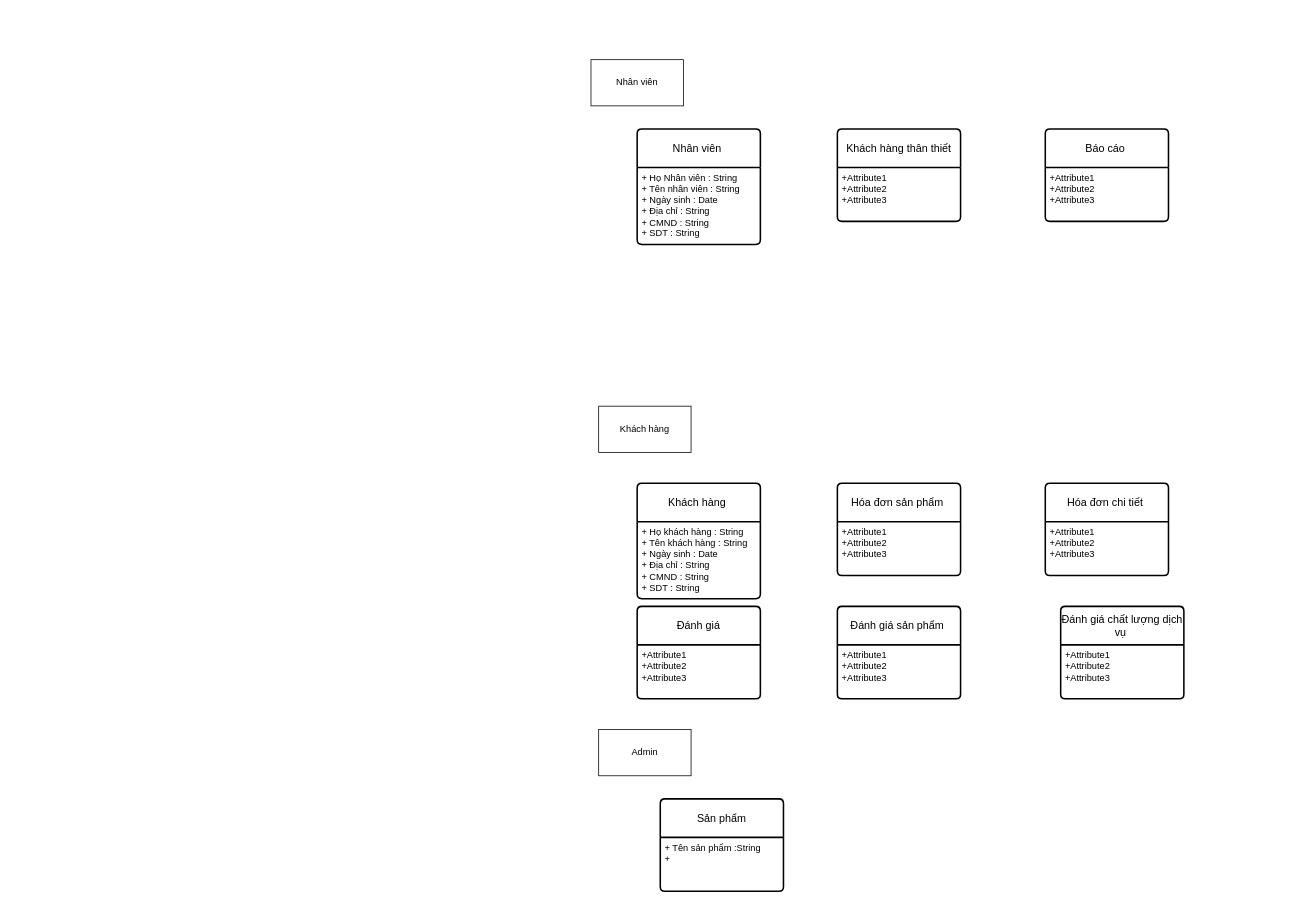
khai520/DuAnNhom keeps this draw.io diagram as page "ERD" (7 of 7) of DuAnNhom.drawio. Above is the earlier version. Source tidied: cells renumbered, new cells numbered last; positions are measured from the earlier drawing's top-left corner, leaving out a move shared by most shapes. Both pictures are drawn from the tidied source at 77%, with x=0, y=0 at pixel (591, 59).
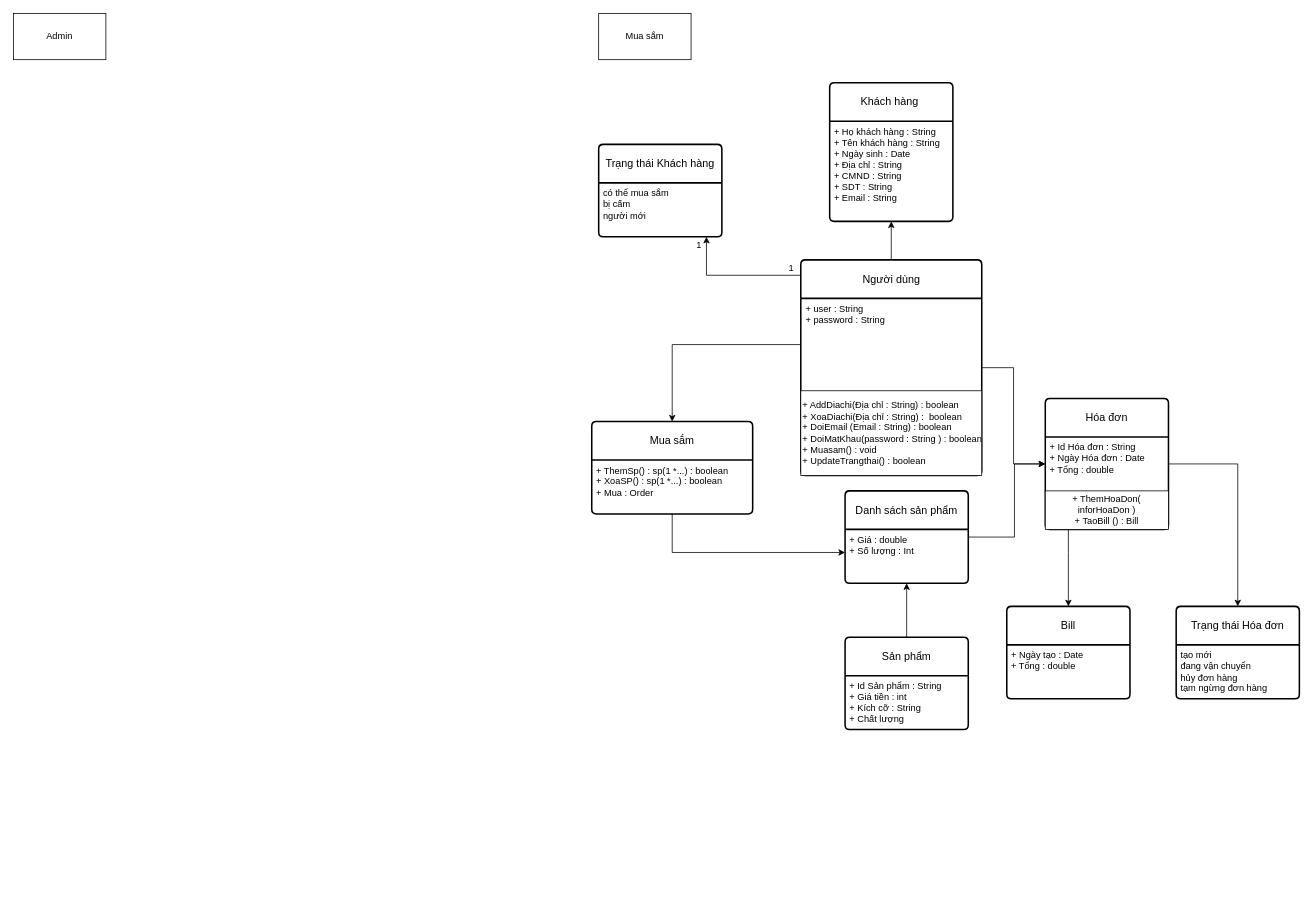
The same page after the edit.

Change to the diagram source:
```diff
@@
-    <mxCell id="2" value="Nhân viên&amp;nbsp;" style="swimlane;horizontal=1;startSize=50;rounded=1;fontSize=14;fontStyle=0;strokeWidth=2;shadow=0;dashed=0;align=center;arcSize=4;whiteSpace=wrap;html=1;" parent="1" vertex="1">
-      <mxGeometry x="60" y="90" width="160" height="150" as="geometry" />
-    </mxCell>
-    <mxCell id="3" value="+ Họ Nhân viên : String&lt;br&gt;+ Tên nhân viên : String&lt;br&gt;+ Ngày sinh : Date&lt;br&gt;+ Địa chỉ : String&lt;br&gt;+ CMND : String&lt;br&gt;+ SDT : String" style="align=left;strokeColor=none;fillColor=none;spacingLeft=4;fontSize=12;verticalAlign=top;html=1;" parent="2" vertex="1">
-      <mxGeometry y="50" width="160" height="100" as="geometry" />
-    </mxCell>
-    <mxCell id="4" value="Khách hàng thân thiết" style="swimlane;horizontal=1;startSize=50;rounded=1;fontSize=14;fontStyle=0;strokeWidth=2;shadow=0;dashed=0;align=center;arcSize=4;whiteSpace=wrap;html=1;" parent="1" vertex="1">
-      <mxGeometry x="320" y="90" width="160" height="120" as="geometry" />
-    </mxCell>
-    <mxCell id="5" value="+Attribute1&#10;+Attribute2&#10;+Attribute3" style="align=left;strokeColor=none;fillColor=none;spacingLeft=4;fontSize=12;verticalAlign=top;html=1;" parent="4" vertex="1">
-      <mxGeometry y="50" width="160" height="70" as="geometry" />
-    </mxCell>
-    <mxCell id="6" value="Báo cáo&amp;nbsp;" style="swimlane;horizontal=1;startSize=50;rounded=1;fontSize=14;fontStyle=0;strokeWidth=2;shadow=0;dashed=0;align=center;arcSize=4;whiteSpace=wrap;html=1;" parent="1" vertex="1">
-      <mxGeometry x="590" y="90" width="160" height="120" as="geometry" />
-    </mxCell>
-    <mxCell id="7" value="+Attribute1&#10;+Attribute2&#10;+Attribute3" style="align=left;strokeColor=none;fillColor=none;spacingLeft=4;fontSize=12;verticalAlign=top;html=1;" parent="6" vertex="1">
-      <mxGeometry y="50" width="160" height="70" as="geometry" />
-    </mxCell>
+    <mxCell id="25" style="edgeStyle=orthogonalEdgeStyle;rounded=0;jettySize=auto;html=1;fontFamily=Helvetica;fontSize=12;fontColor=default;" parent="1" edge="1" source="8" target="14">
+      <mxGeometry relative="1" as="geometry">
+        <Array as="points">
+          <mxPoint x="550" y="620" />
+          <mxPoint x="550" y="525" />
+        </Array>
+      </mxGeometry>
+    </mxCell>
-    <mxCell id="8" value="Sản phẩm" style="swimlane;horizontal=1;startSize=50;rounded=1;fontSize=14;fontStyle=0;strokeWidth=2;shadow=0;dashed=0;align=center;arcSize=4;whiteSpace=wrap;html=1;" parent="1" vertex="1">
-      <mxGeometry x="90" y="960" width="160" height="120" as="geometry" />
+    <mxCell id="8" value="Danh sách sản phẩm" style="swimlane;horizontal=1;startSize=50;rounded=1;fontSize=14;fontStyle=0;strokeWidth=2;shadow=0;dashed=0;align=center;arcSize=4;whiteSpace=wrap;html=1;" parent="1" vertex="1">
+      <mxGeometry x="330" y="560" width="160" height="120" as="geometry" />
     </mxCell>
-    <mxCell id="9" value="+ Tên sản phẩm :String&lt;br&gt;+&amp;nbsp;" style="align=left;strokeColor=none;fillColor=none;spacingLeft=4;fontSize=12;verticalAlign=top;html=1;" parent="8" vertex="1">
+    <mxCell id="9" value="+ Giá : double&lt;br&gt;+ Số lượng : Int" style="align=left;strokeColor=none;fillColor=none;spacingLeft=4;fontSize=12;verticalAlign=top;html=1;" parent="8" vertex="1">
       <mxGeometry y="50" width="160" height="70" as="geometry" />
     </mxCell>
     <mxCell id="10" value="Khách hàng&amp;nbsp;" style="swimlane;horizontal=1;startSize=50;rounded=1;fontSize=14;fontStyle=0;strokeWidth=2;shadow=0;dashed=0;align=center;arcSize=4;whiteSpace=wrap;html=1;" parent="1" vertex="1">
-      <mxGeometry x="60" y="550" width="160" height="150" as="geometry" />
+      <mxGeometry x="310" y="30" width="160" height="180" as="geometry" />
     </mxCell>
-    <mxCell id="11" value="+ Họ khách hàng : String&lt;br style=&quot;border-color: var(--border-color);&quot;&gt;+ Tên khách hàng : String&lt;br style=&quot;border-color: var(--border-color);&quot;&gt;+ Ngày sinh : Date&lt;br style=&quot;border-color: var(--border-color);&quot;&gt;+ Địa chỉ : String&lt;br style=&quot;border-color: var(--border-color);&quot;&gt;+ CMND : String&lt;br style=&quot;border-color: var(--border-color);&quot;&gt;+ SDT : String" style="align=left;strokeColor=none;fillColor=none;spacingLeft=4;fontSize=12;verticalAlign=top;html=1;" parent="10" vertex="1">
-      <mxGeometry y="50" width="160" height="100" as="geometry" />
+    <mxCell id="11" value="+ Họ khách hàng : String&lt;br style=&quot;border-color: var(--border-color);&quot;&gt;+ Tên khách hàng : String&lt;br style=&quot;border-color: var(--border-color);&quot;&gt;+ Ngày sinh : Date&lt;br&gt;+ Địa chỉ : String&lt;br style=&quot;border-color: var(--border-color);&quot;&gt;+ CMND : String&lt;br style=&quot;border-color: var(--border-color);&quot;&gt;+ SDT : String&lt;br&gt;+ Email : String" style="align=left;strokeColor=none;fillColor=none;spacingLeft=4;fontSize=12;verticalAlign=top;html=1;" parent="10" vertex="1">
+      <mxGeometry y="50" width="160" height="130" as="geometry" />
     </mxCell>
-    <mxCell id="12" value="Hóa đơn sản phẩm&amp;nbsp;" style="swimlane;horizontal=1;startSize=50;rounded=1;fontSize=14;fontStyle=0;strokeWidth=2;shadow=0;dashed=0;align=center;arcSize=4;whiteSpace=wrap;html=1;" parent="1" vertex="1">
-      <mxGeometry x="320" y="550" width="160" height="120" as="geometry" />
+    <mxCell id="12" value="Trạng thái Hóa đơn" style="swimlane;horizontal=1;startSize=50;rounded=1;fontSize=14;fontStyle=0;strokeWidth=2;shadow=0;dashed=0;align=center;arcSize=4;whiteSpace=wrap;html=1;" parent="1" vertex="1">
+      <mxGeometry x="760" y="710" width="160" height="120" as="geometry" />
     </mxCell>
-    <mxCell id="13" value="+Attribute1&#10;+Attribute2&#10;+Attribute3" style="align=left;strokeColor=none;fillColor=none;spacingLeft=4;fontSize=12;verticalAlign=top;html=1;" parent="12" vertex="1">
+    <mxCell id="13" value="tạo mới&lt;br&gt;đang vận chuyển&lt;br&gt;hủy đơn hàng&lt;br&gt;tạm ngừng đơn hàng" style="align=left;strokeColor=none;fillColor=none;spacingLeft=4;fontSize=12;verticalAlign=top;html=1;" parent="12" vertex="1">
       <mxGeometry y="50" width="160" height="70" as="geometry" />
     </mxCell>
+    <mxCell id="26" style="edgeStyle=orthogonalEdgeStyle;rounded=0;jettySize=auto;html=1;fontFamily=Helvetica;fontSize=12;fontColor=default;" parent="1" edge="1" source="14" target="22">
+      <mxGeometry relative="1" as="geometry">
+        <Array as="points">
+          <mxPoint x="620" y="640" />
+          <mxPoint x="620" y="640" />
+        </Array>
+      </mxGeometry>
+    </mxCell>
+    <mxCell id="27" style="edgeStyle=orthogonalEdgeStyle;rounded=0;jettySize=auto;html=1;fontFamily=Helvetica;fontSize=12;fontColor=default;" parent="1" edge="1" source="14" target="12">
+      <mxGeometry relative="1" as="geometry" />
+    </mxCell>
-    <mxCell id="14" value="Hóa đơn chi tiết&amp;nbsp;" style="swimlane;horizontal=1;startSize=50;rounded=1;fontSize=14;fontStyle=0;strokeWidth=2;shadow=0;dashed=0;align=center;arcSize=4;whiteSpace=wrap;html=1;" parent="1" vertex="1">
-      <mxGeometry x="590" y="550" width="160" height="120" as="geometry" />
+    <mxCell id="14" value="Hóa đơn" style="swimlane;horizontal=1;startSize=50;rounded=1;fontSize=14;fontStyle=0;strokeWidth=2;shadow=0;dashed=0;align=center;arcSize=4;whiteSpace=wrap;html=1;" parent="1" vertex="1">
+      <mxGeometry x="590" y="440" width="160" height="170" as="geometry" />
     </mxCell>
-    <mxCell id="15" value="+Attribute1&#10;+Attribute2&#10;+Attribute3" style="align=left;strokeColor=none;fillColor=none;spacingLeft=4;fontSize=12;verticalAlign=top;html=1;" parent="14" vertex="1">
+    <mxCell id="15" value="+ Id Hóa đơn : String&lt;br&gt;+ Ngày Hóa đơn : Date&lt;br&gt;+ Tổng : double" style="align=left;strokeColor=none;fillColor=none;spacingLeft=4;fontSize=12;verticalAlign=top;html=1;" parent="14" vertex="1">
       <mxGeometry y="50" width="160" height="70" as="geometry" />
     </mxCell>
-    <mxCell id="16" value="Nhân viên" style="rounded=0;whiteSpace=wrap;html=1;" parent="1" vertex="1">
-      <mxGeometry width="120" height="60" as="geometry" />
-    </mxCell>
+    <mxCell id="28" value="+ ThemHoaDon( inforHoaDon )&lt;br&gt;+ TaoBill () : Bill" style="whiteSpace=wrap;html=1;align=center;strokeColor=default;verticalAlign=middle;fontFamily=Helvetica;fontSize=12;fontColor=default;fillColor=default;" parent="14" vertex="1">
+      <mxGeometry y="120" width="160" height="50" as="geometry" />
+    </mxCell>
-    <mxCell id="17" value="Khách hàng" style="rounded=0;whiteSpace=wrap;html=1;" parent="1" vertex="1">
-      <mxGeometry x="10" y="450" width="120" height="60" as="geometry" />
+    <mxCell id="17" value="Mua sắm" style="rounded=0;whiteSpace=wrap;html=1;" parent="1" vertex="1">
+      <mxGeometry x="10" y="-60" width="120" height="60" as="geometry" />
     </mxCell>
-    <mxCell id="18" value="Đánh giá" style="swimlane;horizontal=1;startSize=50;rounded=1;fontSize=14;fontStyle=0;strokeWidth=2;shadow=0;dashed=0;align=center;arcSize=4;whiteSpace=wrap;html=1;" parent="1" vertex="1">
-      <mxGeometry x="60" y="710" width="160" height="120" as="geometry" />
-    </mxCell>
-    <mxCell id="19" value="+Attribute1&#10;+Attribute2&#10;+Attribute3" style="align=left;strokeColor=none;fillColor=none;spacingLeft=4;fontSize=12;verticalAlign=top;html=1;" parent="18" vertex="1">
-      <mxGeometry y="50" width="160" height="70" as="geometry" />
-    </mxCell>
+    <mxCell id="29" style="edgeStyle=orthogonalEdgeStyle;rounded=0;jettySize=auto;html=1;fontFamily=Helvetica;fontSize=12;fontColor=default;" parent="1" edge="1" source="20" target="8">
+      <mxGeometry relative="1" as="geometry" />
+    </mxCell>
-    <mxCell id="20" value="Đánh giá sản phẩm&amp;nbsp;" style="swimlane;horizontal=1;startSize=50;rounded=1;fontSize=14;fontStyle=0;strokeWidth=2;shadow=0;dashed=0;align=center;arcSize=4;whiteSpace=wrap;html=1;" parent="1" vertex="1">
-      <mxGeometry x="320" y="710" width="160" height="120" as="geometry" />
+    <mxCell id="20" value="Sản phẩm" style="swimlane;horizontal=1;startSize=50;rounded=1;fontSize=14;fontStyle=0;strokeWidth=2;shadow=0;dashed=0;align=center;arcSize=4;whiteSpace=wrap;html=1;" parent="1" vertex="1">
+      <mxGeometry x="330" y="750" width="160" height="120" as="geometry" />
     </mxCell>
-    <mxCell id="21" value="+Attribute1&#10;+Attribute2&#10;+Attribute3" style="align=left;strokeColor=none;fillColor=none;spacingLeft=4;fontSize=12;verticalAlign=top;html=1;" parent="20" vertex="1">
+    <mxCell id="21" value="+ Id Sản phẩm : String&lt;br&gt;+ Giá tiền : int&lt;br&gt;+ Kích cỡ : String&lt;br&gt;+ Chất lượng" style="align=left;strokeColor=none;fillColor=none;spacingLeft=4;fontSize=12;verticalAlign=top;html=1;" parent="20" vertex="1">
       <mxGeometry y="50" width="160" height="70" as="geometry" />
     </mxCell>
-    <mxCell id="22" value="Đánh giá chất lượng dịch vụ&amp;nbsp;" style="swimlane;horizontal=1;startSize=50;rounded=1;fontSize=14;fontStyle=0;strokeWidth=2;shadow=0;dashed=0;align=center;arcSize=4;whiteSpace=wrap;html=1;" parent="1" vertex="1">
-      <mxGeometry x="610" y="710" width="160" height="120" as="geometry" />
+    <mxCell id="22" value="Bill" style="swimlane;horizontal=1;startSize=50;rounded=1;fontSize=14;fontStyle=0;strokeWidth=2;shadow=0;dashed=0;align=center;arcSize=4;whiteSpace=wrap;html=1;" parent="1" vertex="1">
+      <mxGeometry x="540" y="710" width="160" height="120" as="geometry" />
     </mxCell>
-    <mxCell id="23" value="+Attribute1&#10;+Attribute2&#10;+Attribute3" style="align=left;strokeColor=none;fillColor=none;spacingLeft=4;fontSize=12;verticalAlign=top;html=1;" parent="22" vertex="1">
+    <mxCell id="23" value="+ Ngày tạo : Date&lt;br&gt;+ Tổng : double" style="align=left;strokeColor=none;fillColor=none;spacingLeft=4;fontSize=12;verticalAlign=top;html=1;" parent="22" vertex="1">
       <mxGeometry y="50" width="160" height="70" as="geometry" />
     </mxCell>
     <mxCell id="24" value="Admin" style="rounded=0;whiteSpace=wrap;html=1;" parent="1" vertex="1">
-      <mxGeometry x="10" y="870" width="120" height="60" as="geometry" />
+      <mxGeometry x="-750" y="-60" width="120" height="60" as="geometry" />
     </mxCell>
+    <mxCell id="30" style="edgeStyle=orthogonalEdgeStyle;rounded=0;jettySize=auto;html=1;fontFamily=Helvetica;fontSize=12;fontColor=default;" parent="1" edge="1" source="35" target="11">
+      <mxGeometry relative="1" as="geometry" />
+    </mxCell>
+    <mxCell id="31" style="edgeStyle=orthogonalEdgeStyle;rounded=0;jettySize=auto;html=1;fontFamily=Helvetica;fontSize=12;fontColor=default;" parent="1" edge="1" source="35" target="14">
+      <mxGeometry relative="1" as="geometry" />
+    </mxCell>
+    <mxCell id="32" style="edgeStyle=orthogonalEdgeStyle;rounded=0;jettySize=auto;html=1;fontFamily=Helvetica;fontSize=12;fontColor=default;" parent="1" edge="1" source="35" target="42">
+      <mxGeometry relative="1" as="geometry">
+        <Array as="points">
+          <mxPoint x="150" y="280" />
+        </Array>
+      </mxGeometry>
+    </mxCell>
+    <mxCell id="33" value="1" style="edgeLabel;html=1;align=center;verticalAlign=middle;fontSize=12;fontFamily=Helvetica;fontColor=default;" parent="32" vertex="1">
+      <mxGeometry x="0.33" y="-4" relative="1" as="geometry">
+        <mxPoint x="-18" y="-36" as="offset" />
+      </mxGeometry>
+    </mxCell>
+    <mxCell id="34" value="1" style="edgeLabel;html=1;align=center;verticalAlign=middle;fontSize=12;fontFamily=Helvetica;fontColor=default;" parent="32" vertex="1">
+      <mxGeometry x="-0.82" y="-3" relative="1" as="geometry">
+        <mxPoint x="3" y="-7" as="offset" />
+      </mxGeometry>
+    </mxCell>
+    <mxCell id="35" value="Người dùng" style="swimlane;horizontal=1;startSize=50;rounded=1;fontSize=14;fontStyle=0;strokeWidth=2;shadow=0;dashed=0;align=center;arcSize=4;whiteSpace=wrap;html=1;" parent="1" vertex="1">
+      <mxGeometry x="272.5" y="260" width="235" height="280" as="geometry" />
+    </mxCell>
+    <mxCell id="36" value="+ user : String&lt;br&gt;+ password : String" style="align=left;strokeColor=none;fillColor=none;spacingLeft=4;fontSize=12;verticalAlign=top;html=1;" parent="35" vertex="1">
+      <mxGeometry y="50" width="235" height="120" as="geometry" />
+    </mxCell>
+    <mxCell id="37" value="+ AddDiachi(Địa chỉ : String) : boolean&lt;br&gt;+ XoaDiachi(Địa chỉ : String) :&amp;nbsp; boolean&lt;br&gt;+ DoiEmail (Email : String) : boolean&lt;br&gt;+ DoiMatKhau(password : String ) : boolean&lt;br&gt;+ Muasam() : void&lt;br&gt;+ UpdateTrangthai() : boolean" style="html=1;align=left;" parent="35" vertex="1">
+      <mxGeometry y="170" width="235" height="110" as="geometry" />
+    </mxCell>
+    <mxCell id="38" value="Mua sắm" style="swimlane;horizontal=1;startSize=50;rounded=1;fontSize=14;fontStyle=0;strokeWidth=2;shadow=0;dashed=0;align=center;arcSize=4;whiteSpace=wrap;html=1;strokeColor=default;verticalAlign=middle;fontFamily=Helvetica;fontColor=default;fillColor=default;" parent="1" vertex="1">
+      <mxGeometry x="1" y="470" width="209" height="120" as="geometry" />
+    </mxCell>
+    <mxCell id="39" value="+ ThemSp() : sp(1 *...) : boolean&lt;br&gt;+ XoaSP() : sp(1 *...)&amp;nbsp;: boolean&lt;br&gt;+ Mua : Order" style="align=left;strokeColor=none;fillColor=none;spacingLeft=4;fontSize=12;verticalAlign=top;html=1;fontFamily=Helvetica;fontColor=default;" parent="38" vertex="1">
+      <mxGeometry y="50" width="209" height="70" as="geometry" />
+    </mxCell>
+    <mxCell id="40" style="edgeStyle=orthogonalEdgeStyle;rounded=0;jettySize=auto;html=1;fontFamily=Helvetica;fontSize=12;fontColor=default;" parent="1" edge="1" source="36" target="38">
+      <mxGeometry relative="1" as="geometry" />
+    </mxCell>
+    <mxCell id="41" style="edgeStyle=orthogonalEdgeStyle;rounded=0;jettySize=auto;html=1;fontFamily=Helvetica;fontSize=12;fontColor=default;" parent="1" edge="1" source="39" target="8">
+      <mxGeometry relative="1" as="geometry">
+        <Array as="points">
+          <mxPoint x="105" y="640" />
+        </Array>
+      </mxGeometry>
+    </mxCell>
+    <mxCell id="42" value="Trạng thái Khách hàng" style="swimlane;horizontal=1;startSize=50;rounded=1;fontSize=14;fontStyle=0;strokeWidth=2;shadow=0;dashed=0;align=center;arcSize=4;whiteSpace=wrap;html=1;strokeColor=default;verticalAlign=middle;fontFamily=Helvetica;fontColor=default;fillColor=default;" parent="1" vertex="1">
+      <mxGeometry x="10" y="110" width="160" height="120" as="geometry" />
+    </mxCell>
+    <mxCell id="43" value="có thể mua sắm&lt;br&gt;bị cấm&lt;br&gt;người mới" style="align=left;strokeColor=none;fillColor=none;spacingLeft=4;fontSize=12;verticalAlign=top;html=1;fontFamily=Helvetica;fontColor=default;" parent="42" vertex="1">
+      <mxGeometry y="50" width="160" height="70" as="geometry" />
+    </mxCell>
```
